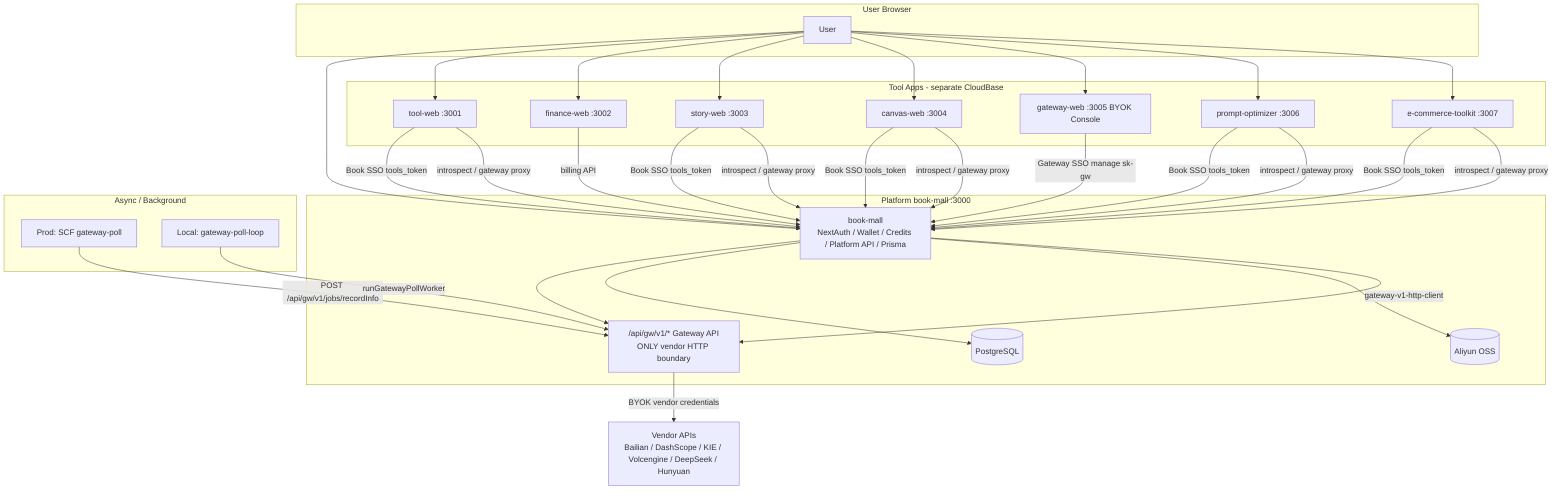
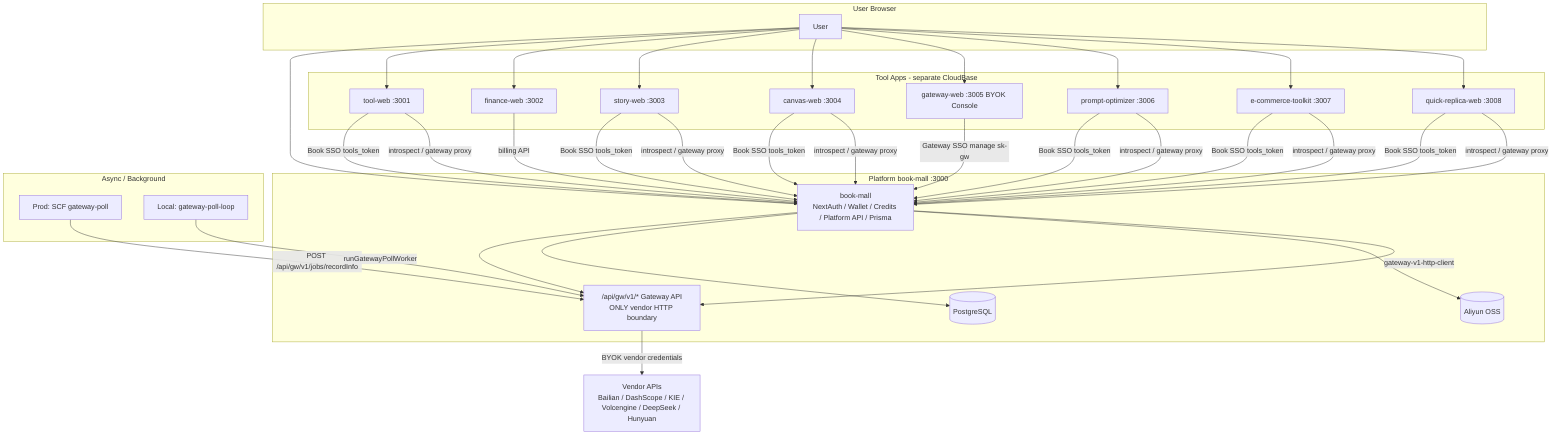
flowchart TB
  subgraph users ["User Browser"]
    U[User]
  end

  subgraph platform ["Platform book-mall :3000"]
    BM["book-mall<br/>NextAuth / Wallet / Credits / Platform API / Prisma"]
    GWAPI["/api/gw/v1/* Gateway API<br/>ONLY vendor HTTP boundary"]
    DB[(PostgreSQL)]
    OSS[(Aliyun OSS)]
    BM --> GWAPI
    BM --> DB
    BM --> OSS
  end

  subgraph tools ["Tool Apps - separate CloudBase"]
    TW["tool-web :3001"]
    FW["finance-web :3002"]
    SW["story-web :3003"]
    CW["canvas-web :3004"]
    GWC["gateway-web :3005 BYOK Console"]
    PO["prompt-optimizer :3006"]
    EC["e-commerce-toolkit :3007"]
+     QR["quick-replica-web :3008"]
  end

  subgraph bg ["Async / Background"]
    SCF["Prod: SCF gateway-poll"]
    POLL["Local: gateway-poll-loop"]
  end

  VEND["Vendor APIs<br/>Bailian / DashScope / KIE / Volcengine / DeepSeek / Hunyuan"]

  U --> BM
-   U --> TW & FW & SW & CW & GWC & PO & EC
+   U --> TW & FW & SW & CW & GWC & PO & EC & QR

-   TW & CW & SW & PO & EC -->|"Book SSO tools_token"| BM
-   TW & CW & SW & PO & EC -->|"introspect / gateway proxy"| BM
+   TW & CW & SW & PO & EC & QR -->|"Book SSO tools_token"| BM
+   TW & CW & SW & PO & EC & QR -->|"introspect / gateway proxy"| BM
  BM -->|"gateway-v1-http-client"| GWAPI
  GWAPI -->|"BYOK vendor credentials"| VEND

  FW -->|"billing API"| BM
  GWC -->|"Gateway SSO manage sk-gw"| BM

  SCF -->|"POST /api/gw/v1/jobs/recordInfo"| GWAPI
  POLL -->|"runGatewayPollWorker"| GWAPI
